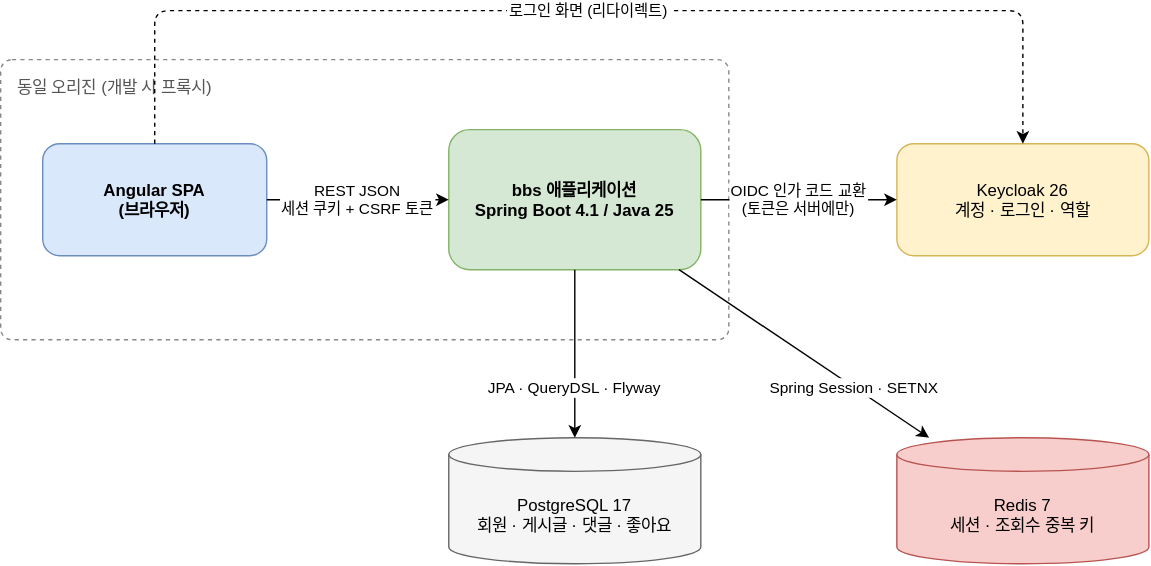
This is docs/project/diagrams/context.drawio.svg from HseongH/bbs, a draw.io export, as it was before one commit. Source tidied: cells renumbered, new cells last; positions are measured from the earlier drawing's top-left corner, leaving out a move shared by most shapes. The source it was exported from:
```xml
<mxGraphModel background="#ffffff">
  <root>
    <mxCell id="0" />
    <mxCell id="1" parent="0" />
    <mxCell id="2" value="동일 오리진 (개발 시 프록시)" style="rounded=1;dashed=1;fillColor=none;strokeColor=#888888;verticalAlign=top;align=left;spacingLeft=10;spacingTop=6;fontColor=#555555;arcSize=4;" parent="1" vertex="1">
      <mxGeometry y="35" width="520" height="200" as="geometry" />
    </mxCell>
    <mxCell id="3" value="Angular SPA&#10;(브라우저)" style="rounded=1;fillColor=#dae8fc;strokeColor=#6c8ebf;fontStyle=1;" parent="1" vertex="1">
      <mxGeometry x="30" y="95" width="160" height="80" as="geometry" />
    </mxCell>
    <mxCell id="4" value="bbs 애플리케이션&#10;Spring Boot 4.1 / Java 25" style="rounded=1;fillColor=#d5e8d4;strokeColor=#82b366;fontStyle=1;" parent="1" vertex="1">
      <mxGeometry x="320" y="85" width="180" height="100" as="geometry" />
    </mxCell>
    <mxCell id="5" value="Keycloak 26&#10;계정 · 로그인 · 역할" style="rounded=1;fillColor=#fff2cc;strokeColor=#d6b656;" parent="1" vertex="1">
      <mxGeometry x="640" y="95" width="180" height="80" as="geometry" />
    </mxCell>
    <mxCell id="6" value="PostgreSQL 17&#10;회원 · 게시글 · 댓글 · 좋아요" style="shape=cylinder3;boundedLbl=1;size=12;fillColor=#f5f5f5;strokeColor=#666666;" parent="1" vertex="1">
      <mxGeometry x="320" y="305" width="180" height="90" as="geometry" />
    </mxCell>
    <mxCell id="7" value="Redis 7&#10;세션 · 조회수 중복 키" style="shape=cylinder3;boundedLbl=1;size=12;fillColor=#f8cecc;strokeColor=#b85450;" parent="1" vertex="1">
      <mxGeometry x="640" y="305" width="180" height="90" as="geometry" />
    </mxCell>
    <mxCell id="8" value="REST JSON&#10;세션 쿠키 + CSRF 토큰" style="endArrow=classic;fontSize=11;labelBackgroundColor=#ffffff;" parent="1" edge="1" source="3" target="4">
      <mxGeometry relative="1" as="geometry" />
    </mxCell>
    <mxCell id="9" value="OIDC 인가 코드 교환&#10;(토큰은 서버에만)" style="endArrow=classic;fontSize=11;labelBackgroundColor=#ffffff;" parent="1" edge="1" source="4" target="5">
      <mxGeometry relative="1" as="geometry" />
    </mxCell>
    <mxCell id="10" value="로그인 화면 (리다이렉트)" style="endArrow=classic;dashed=1;fontSize=11;labelBackgroundColor=#ffffff;edgeStyle=orthogonalEdgeStyle;exitX=0.5;exitY=0;entryX=0.5;entryY=0;" parent="1" edge="1" source="3" target="5">
      <mxGeometry relative="1" as="geometry">
        <Array as="points">
          <mxPoint x="110" />
          <mxPoint x="730" />
        </Array>
      </mxGeometry>
    </mxCell>
    <mxCell id="11" value="JPA · QueryDSL · Flyway" style="endArrow=classic;fontSize=11;labelBackgroundColor=#ffffff;" parent="1" edge="1" source="4" target="6">
      <mxGeometry x="0.4" relative="1" as="geometry" />
    </mxCell>
    <mxCell id="12" value="Spring Session · SETNX" style="endArrow=classic;fontSize=11;labelBackgroundColor=#ffffff;" parent="1" edge="1" source="4" target="7">
      <mxGeometry x="0.4" relative="1" as="geometry" />
    </mxCell>
  </root>
</mxGraphModel>
```
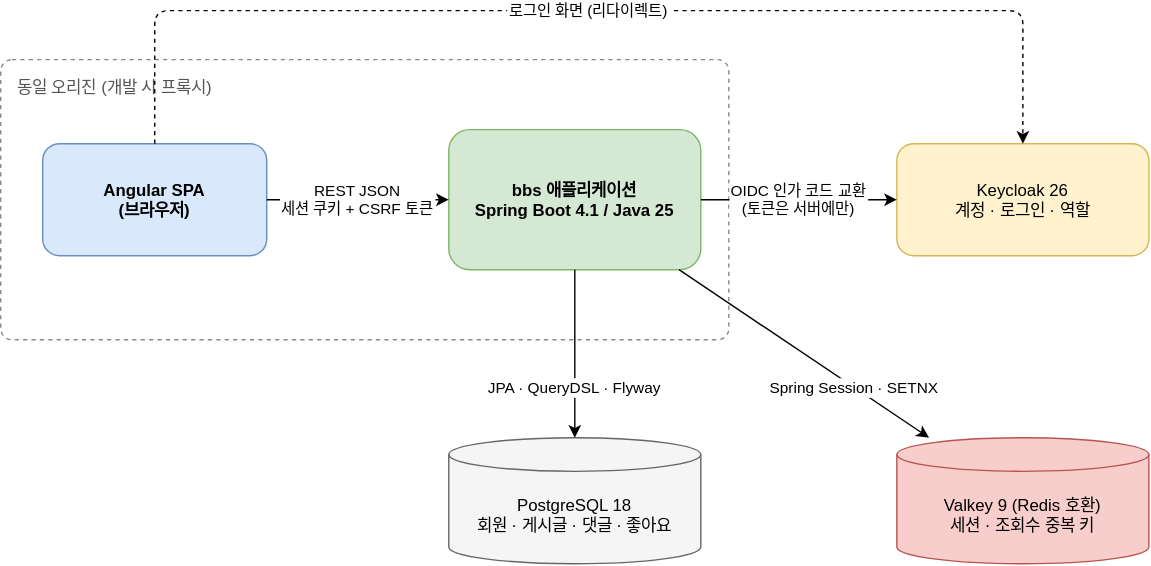
After the commit.

Change to the diagram source:
```diff
@@ -14,10 +14,10 @@
     <mxCell id="5" value="Keycloak 26&#10;계정 · 로그인 · 역할" style="rounded=1;fillColor=#fff2cc;strokeColor=#d6b656;" parent="1" vertex="1">
       <mxGeometry x="640" y="95" width="180" height="80" as="geometry" />
     </mxCell>
-    <mxCell id="6" value="PostgreSQL 17&#10;회원 · 게시글 · 댓글 · 좋아요" style="shape=cylinder3;boundedLbl=1;size=12;fillColor=#f5f5f5;strokeColor=#666666;" parent="1" vertex="1">
+    <mxCell id="6" value="PostgreSQL 18&#10;회원 · 게시글 · 댓글 · 좋아요" style="shape=cylinder3;boundedLbl=1;size=12;fillColor=#f5f5f5;strokeColor=#666666;" parent="1" vertex="1">
       <mxGeometry x="320" y="305" width="180" height="90" as="geometry" />
     </mxCell>
-    <mxCell id="7" value="Redis 7&#10;세션 · 조회수 중복 키" style="shape=cylinder3;boundedLbl=1;size=12;fillColor=#f8cecc;strokeColor=#b85450;" parent="1" vertex="1">
+    <mxCell id="7" value="Valkey 9 (Redis 호환)&#10;세션 · 조회수 중복 키" style="shape=cylinder3;boundedLbl=1;size=12;fillColor=#f8cecc;strokeColor=#b85450;" parent="1" vertex="1">
       <mxGeometry x="640" y="305" width="180" height="90" as="geometry" />
     </mxCell>
     <mxCell id="8" value="REST JSON&#10;세션 쿠키 + CSRF 토큰" style="endArrow=classic;fontSize=11;labelBackgroundColor=#ffffff;" parent="1" edge="1" source="3" target="4">
```
